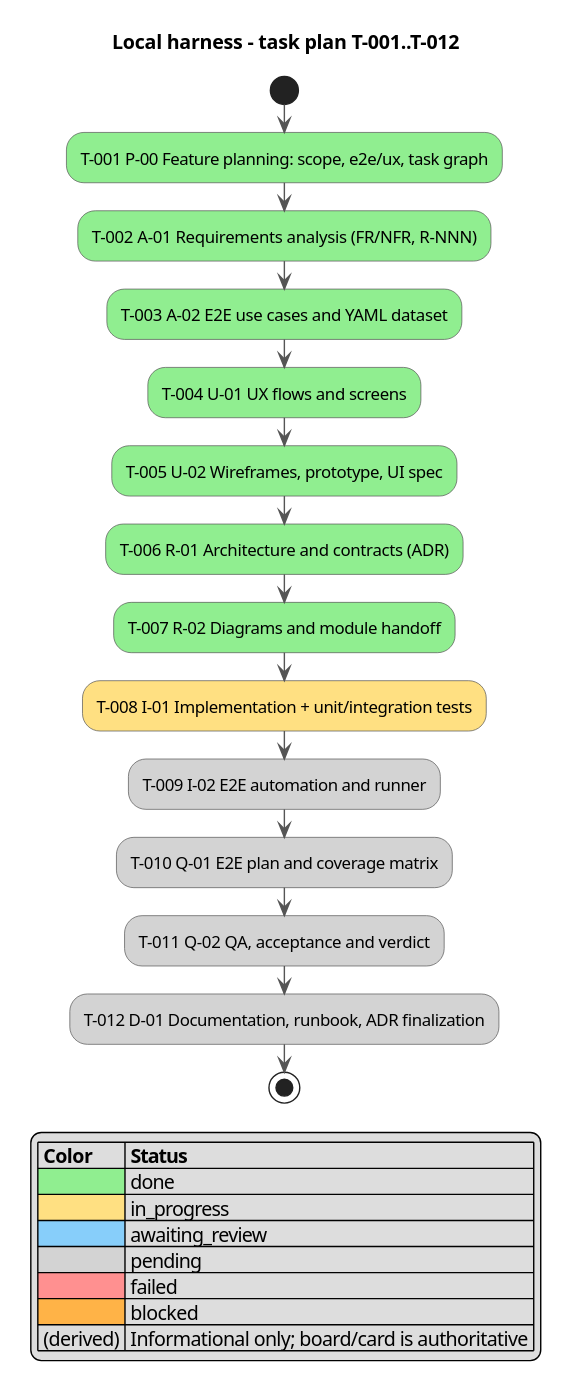
Before: docs/activity.svg, a diagram exported from PlantUML (serge-sasov/ai-task-tracker).
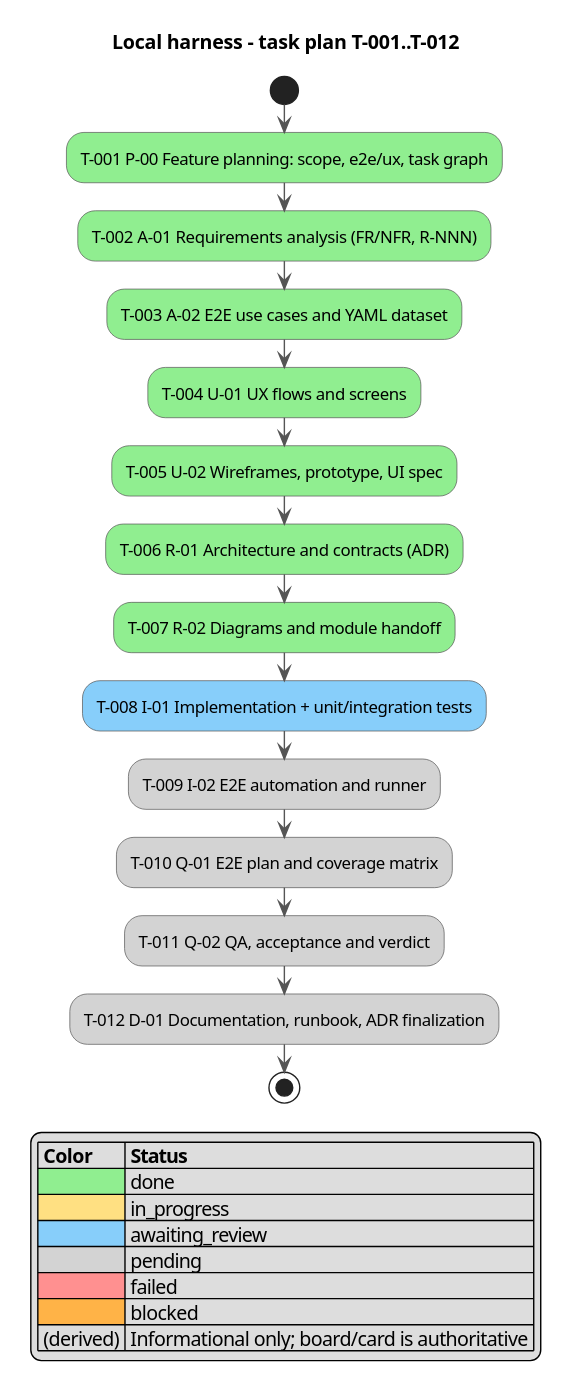
After the commit.

Change to the diagram source:
```diff
@@ -13,7 +13,7 @@
 :T-005 U-02 Wireframes, prototype, UI spec; <<#90EE90>>
 :T-006 R-01 Architecture and contracts (ADR); <<#90EE90>>
 :T-007 R-02 Diagrams and module handoff; <<#90EE90>>
-:T-008 I-01 Implementation + unit/integration tests; <<#FFE082>>
+:T-008 I-01 Implementation + unit/integration tests; <<#87CEFA>>
 :T-009 I-02 E2E automation and runner; <<#D3D3D3>>
 :T-010 Q-01 E2E plan and coverage matrix; <<#D3D3D3>>
 :T-011 Q-02 QA, acceptance and verdict; <<#D3D3D3>>
```
